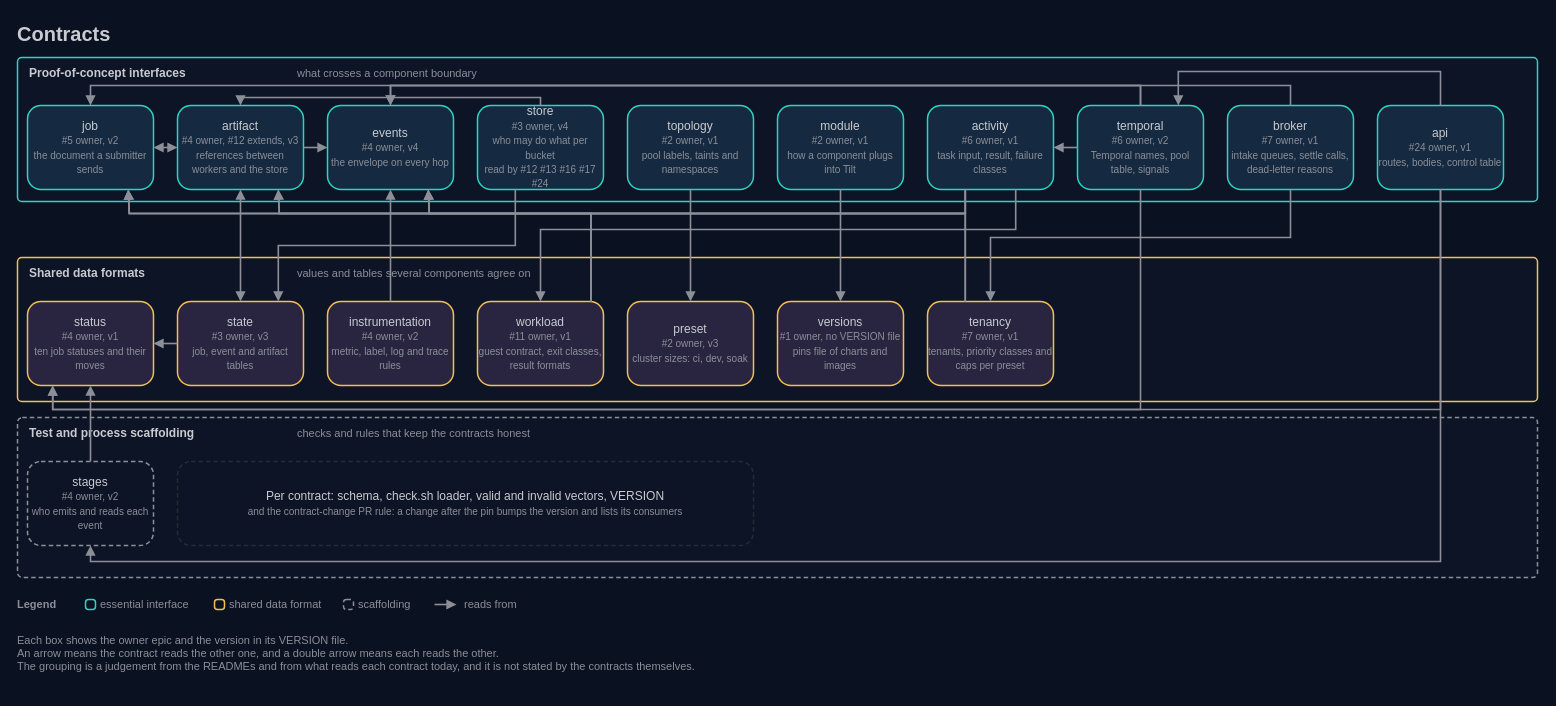
Earlier version of the draw.io diagram docs/architecture/15-contracts.drawio (AndoNorth/disyard). Source tidied: cells renumbered, new cells numbered last; positions are measured from the earlier drawing's top-left corner, leaving out a move shared by most shapes. Both pictures are drawn from the tidied source at 100%, with x=0, y=0 at pixel (17, 17).
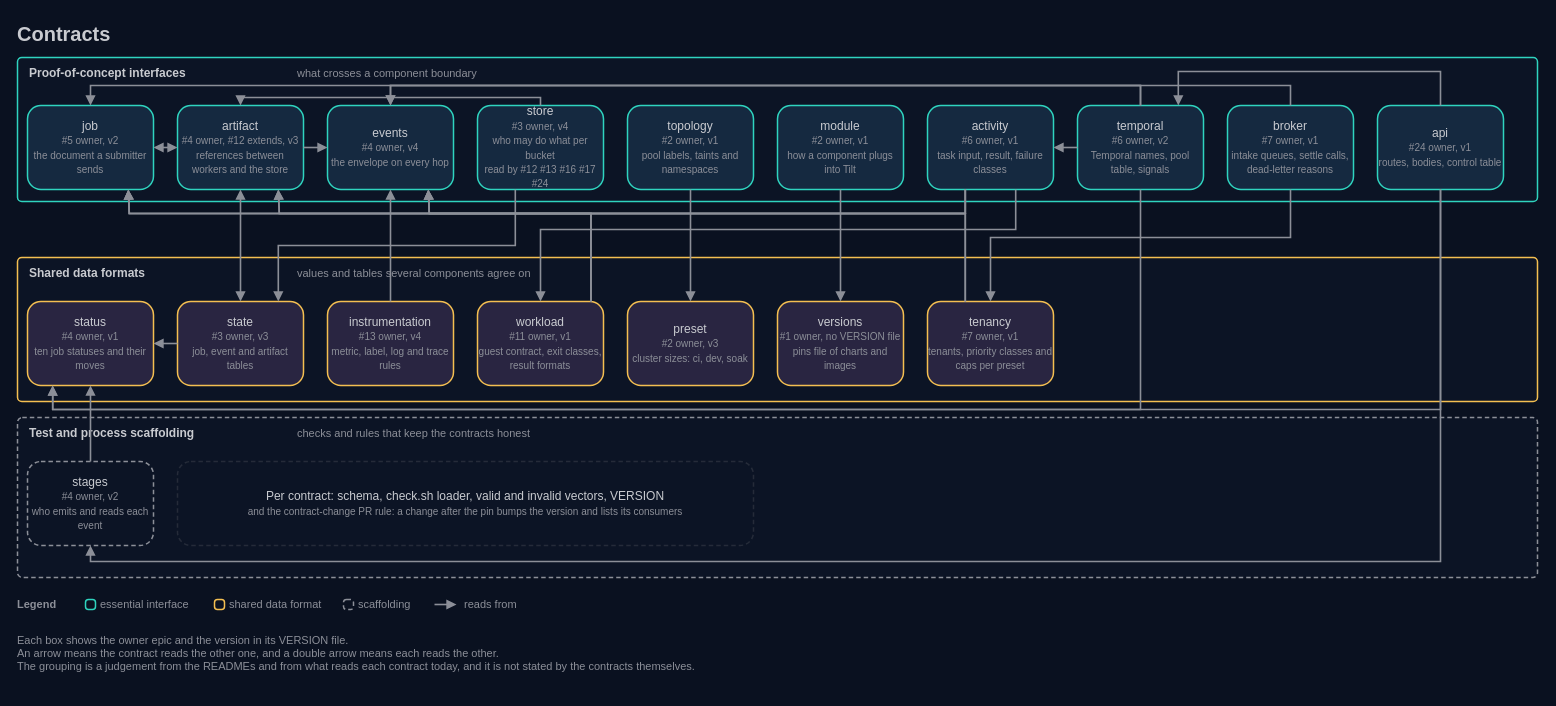
After the change.

Commit message (it also covers changes not shown here):
feat(contracts)!: [#547] instrumentation contract v4 with the platform catalogue

The edit, as a diff of the source:
```diff
@@
-    <mxCell id="22" value="instrumentation&lt;br&gt;&lt;font color=&quot;#8c8f98&quot; style=&quot;font-size:10px&quot;&gt;#4 owner, v2&lt;br&gt;metric, label, log and trace rules&lt;/font&gt;" style="rounded=1;arcSize=16;html=1;whiteSpace=wrap;fillColor=#292541;strokeColor=#f4bf51;strokeWidth=1.5;fontColor=#c9cbd0;fontSize=12;fontFamily=IBM Plex Sans;align=center;verticalAlign=middle;" parent="1" vertex="1">
+    <mxCell id="22" value="instrumentation&lt;br&gt;&lt;font color=&quot;#8c8f98&quot; style=&quot;font-size:10px&quot;&gt;#13 owner, v4&lt;br&gt;metric, label, log and trace rules&lt;/font&gt;" style="rounded=1;arcSize=16;html=1;whiteSpace=wrap;fillColor=#292541;strokeColor=#f4bf51;strokeWidth=1.5;fontColor=#c9cbd0;fontSize=12;fontFamily=IBM Plex Sans;align=center;verticalAlign=middle;" parent="1" vertex="1">
       <mxGeometry x="310" y="284" width="126" height="84" as="geometry" />
     </mxCell>
```
